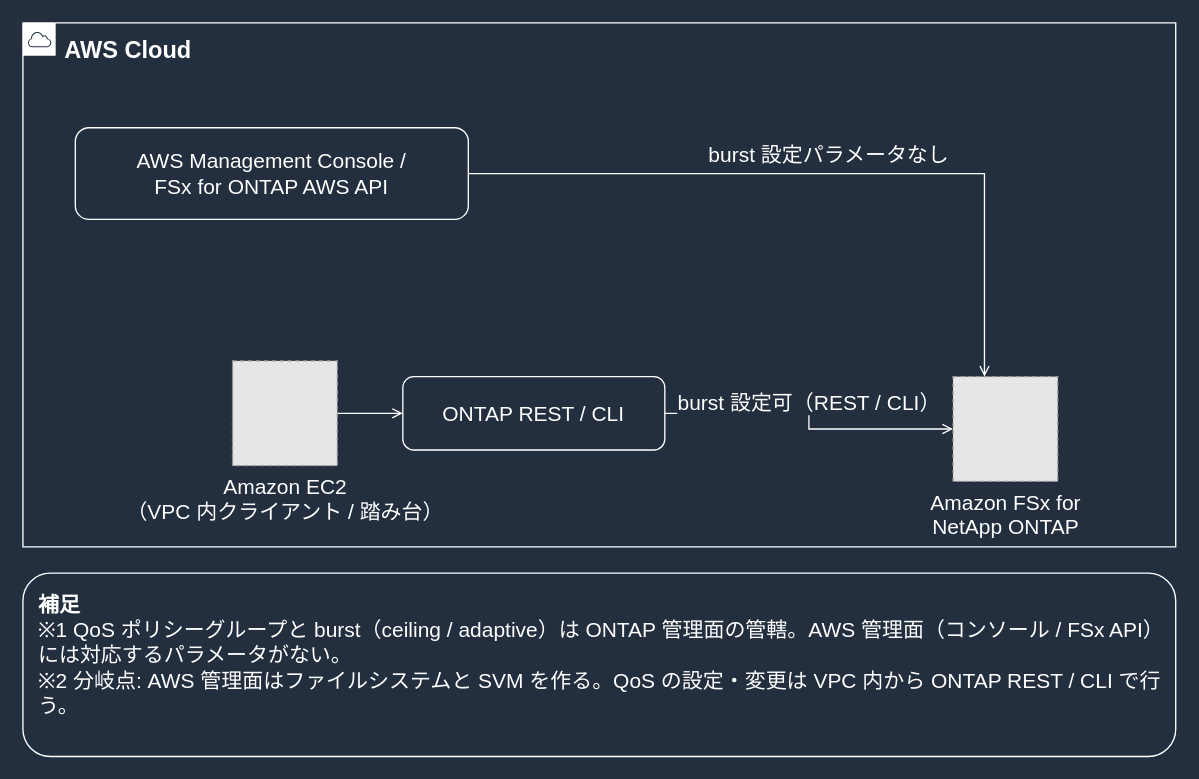
The draw.io diagram docs/_assets/diagrams/qos-burst-two-plane-dark.drawio in Yoshiki0705/FSx-for-ONTAP-Adoption-Playbook, before the edit. Source tidied: cells renumbered, new cells numbered last; positions are measured from the earlier drawing's top-left corner, leaving out a move shared by most shapes. Both pictures are drawn from the tidied source at 131%, with x=0, y=0 at pixel (22, 22). Pictures stored in the file or linked from it are replaced by grey dashed boxes.
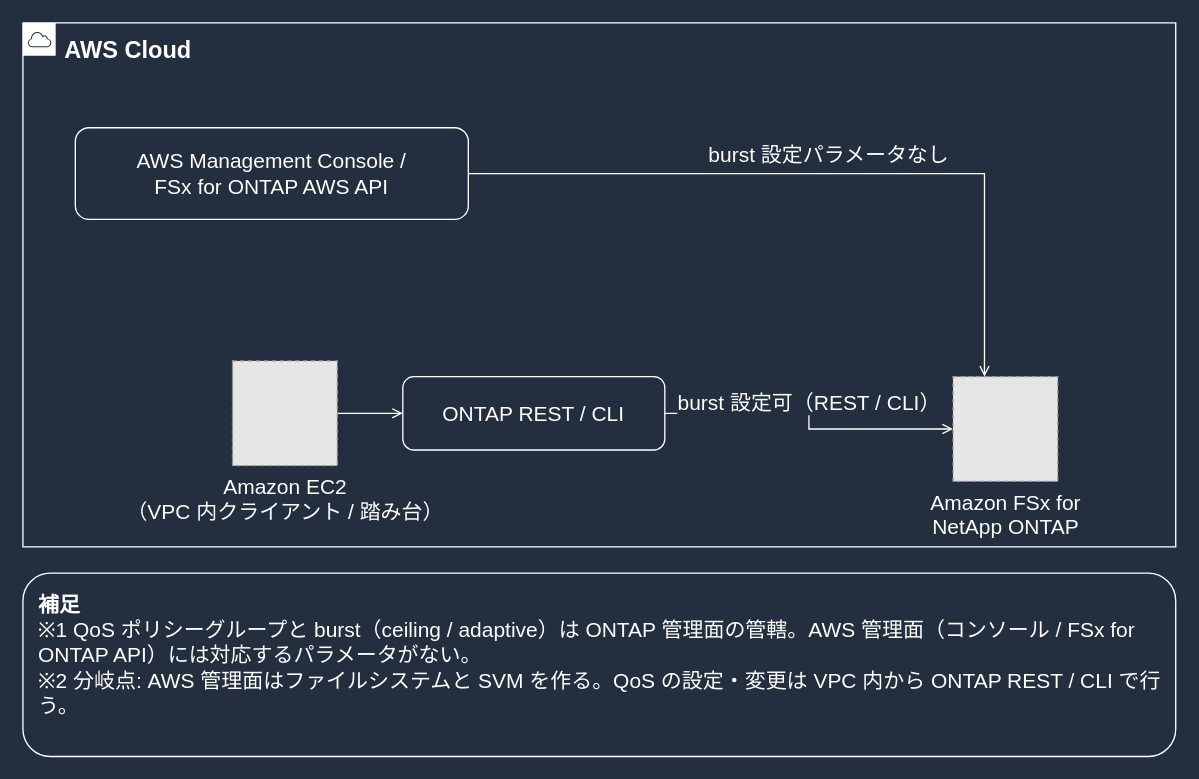
The same diagram, later.

The edit, as a diff of the source:
```diff
@@
 <mxGraphModel background="#232F3E">
   <root>
     <mxCell id="0" />
     <mxCell id="1" parent="0" />
     <mxCell id="2" value="burst 設定パラメータなし" style="edgeStyle=orthogonalEdgeStyle;rounded=0;html=1;endArrow=open;endFill=0;strokeColor=#FFFFFF;strokeWidth=1;fontSize=16;fontColor=#FFFFFF;labelBackgroundColor=#232F3E;exitX=1.0;exitY=0.5;exitDx=0;exitDy=0;entryX=0.3;entryY=0.0;entryDx=0;entryDy=0;" parent="1" edge="1" source="6" target="9">
       <mxGeometry relative="1" as="geometry">
         <mxPoint y="-14" as="offset" />
       </mxGeometry>
     </mxCell>
     <mxCell id="3" style="edgeStyle=orthogonalEdgeStyle;rounded=0;html=1;endArrow=open;endFill=0;strokeColor=#FFFFFF;strokeWidth=1;fontSize=16;fontColor=#FFFFFF;labelBackgroundColor=#232F3E;exitX=1.0;exitY=0.5;exitDx=0;exitDy=0;entryX=0.0;entryY=0.5;entryDx=0;entryDy=0;" parent="1" edge="1" source="10" target="7">
       <mxGeometry relative="1" as="geometry" />
     </mxCell>
     <mxCell id="4" value="burst 設定可（REST / CLI）" style="edgeStyle=orthogonalEdgeStyle;rounded=0;html=1;endArrow=open;endFill=0;strokeColor=#FFFFFF;strokeWidth=1;fontSize=16;fontColor=#FFFFFF;labelBackgroundColor=#232F3E;exitX=1.0;exitY=0.5;exitDx=0;exitDy=0;entryX=0.0;entryY=0.5;entryDx=0;entryDy=0;" parent="1" edge="1" source="7" target="9">
       <mxGeometry relative="1" as="geometry">
         <mxPoint y="-14" as="offset" />
       </mxGeometry>
     </mxCell>
     <mxCell id="5" value="AWS Cloud" style="gradientColor=none;html=1;whiteSpace=wrap;fontSize=18;fontStyle=1;fontColor=#FFFFFF;shape=mxgraph.aws4.group;grIcon=mxgraph.aws4.group_aws_cloud;strokeColor=#FFFFFF;fillColor=none;verticalAlign=top;align=left;spacingLeft=30;spacingTop=4;dashed=0;labelBackgroundColor=#232F3E;" parent="1" vertex="1">
       <mxGeometry width="880" height="400" as="geometry" />
     </mxCell>
     <mxCell id="6" value="AWS Management Console /&lt;br&gt;FSx for ONTAP AWS API" style="rounded=1;whiteSpace=wrap;html=1;strokeColor=#FFFFFF;fillColor=none;fontColor=#FFFFFF;fontSize=16;verticalAlign=middle;align=center;" parent="1" vertex="1">
       <mxGeometry x="40" y="80" width="300" height="70" as="geometry" />
     </mxCell>
     <mxCell id="7" value="ONTAP REST / CLI" style="rounded=1;whiteSpace=wrap;html=1;strokeColor=#FFFFFF;fillColor=none;fontColor=#FFFFFF;fontSize=16;verticalAlign=middle;align=center;" parent="1" vertex="1">
       <mxGeometry x="290" y="270" width="200" height="56" as="geometry" />
     </mxCell>
-    <mxCell id="8" value="&lt;b&gt;補足&lt;/b&gt;&lt;br&gt;※1 QoS ポリシーグループと burst（ceiling / adaptive）は ONTAP 管理面の管轄。AWS 管理面（コンソール / FSx API）には対応するパラメータがない。&lt;br&gt;※2 分岐点: AWS 管理面はファイルシステムと SVM を作る。QoS の設定・変更は VPC 内から ONTAP REST / CLI で行う。" style="rounded=1;whiteSpace=wrap;html=1;strokeColor=#FFFFFF;fillColor=none;fontColor=#FFFFFF;fontSize=16;verticalAlign=top;align=left;spacingLeft=10;spacingRight=10;spacingTop=8;" parent="1" vertex="1">
+    <mxCell id="8" value="&lt;b&gt;補足&lt;/b&gt;&lt;br&gt;※1 QoS ポリシーグループと burst（ceiling / adaptive）は ONTAP 管理面の管轄。AWS 管理面（コンソール / FSx for ONTAP API）には対応するパラメータがない。&lt;br&gt;※2 分岐点: AWS 管理面はファイルシステムと SVM を作る。QoS の設定・変更は VPC 内から ONTAP REST / CLI で行う。" style="rounded=1;whiteSpace=wrap;html=1;strokeColor=#FFFFFF;fillColor=none;fontColor=#FFFFFF;fontSize=16;verticalAlign=top;align=left;spacingLeft=10;spacingRight=10;spacingTop=8;" parent="1" vertex="1">
       <mxGeometry y="420" width="880" height="140" as="geometry" />
     </mxCell>
     <mxCell id="9" value="Amazon FSx for&lt;br&gt;NetApp ONTAP" style="fillColor=#E6E6E6;strokeColor=#999999;dashed=1;html=1;verticalLabelPosition=bottom;verticalAlign=top;labelPosition=center;align=center;fontSize=16;fontColor=#FFFFFF;" parent="1" vertex="1">
       <mxGeometry x="710" y="270" width="80" height="80" as="geometry" />
     </mxCell>
     <mxCell id="10" value="Amazon EC2&lt;br&gt;（VPC 内クライアント / 踏み台）" style="fillColor=#E6E6E6;strokeColor=#999999;dashed=1;html=1;verticalLabelPosition=bottom;verticalAlign=top;labelPosition=center;align=center;fontSize=16;fontColor=#FFFFFF;" parent="1" vertex="1">
       <mxGeometry x="160" y="258" width="80" height="80" as="geometry" />
     </mxCell>
   </root>
 </mxGraphModel>
```
